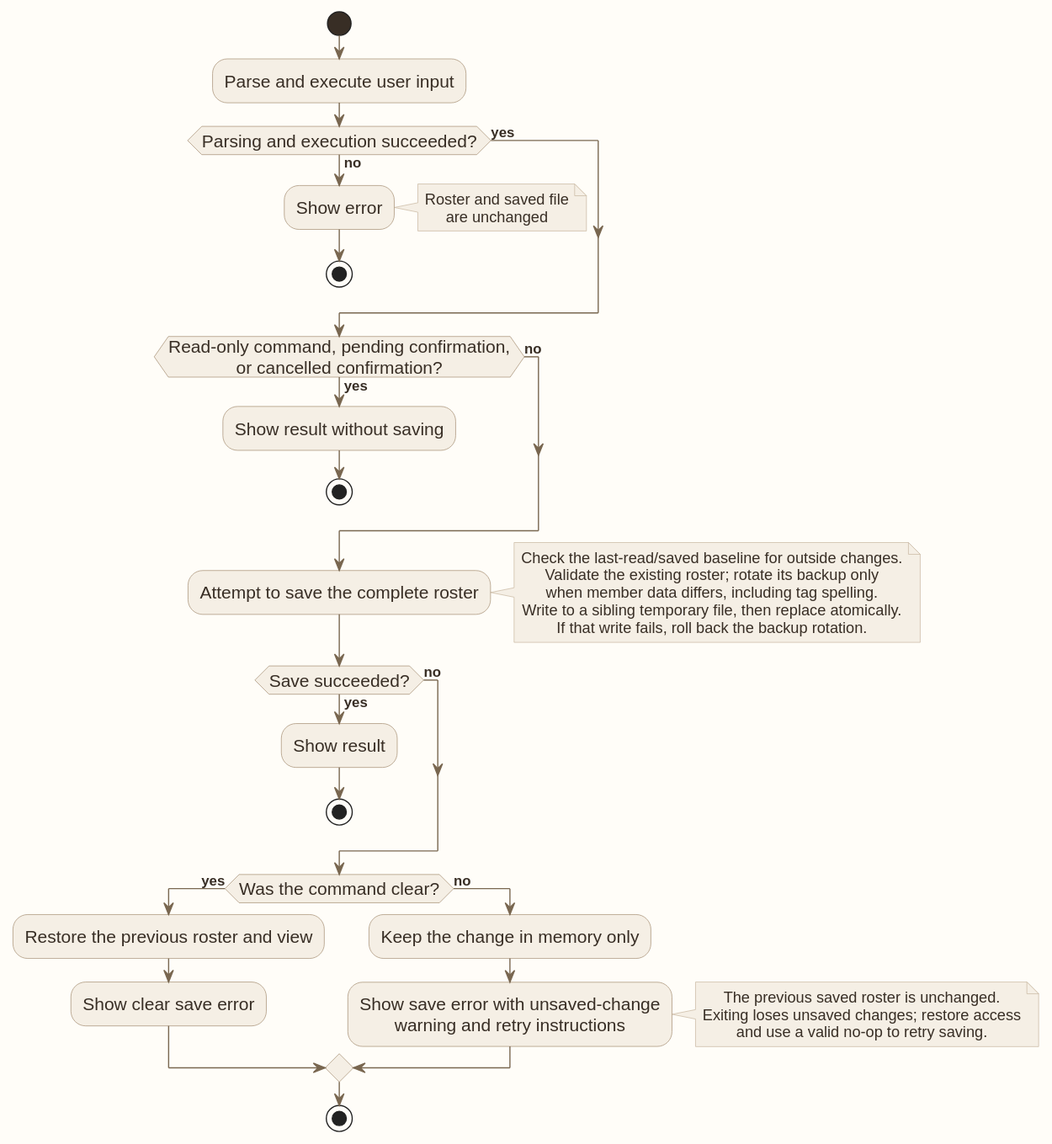
Earlier version of the PlantUML export docs/images/AutomaticSavingData.svg (AY2627S1-CS2103T-W12-1/tp).
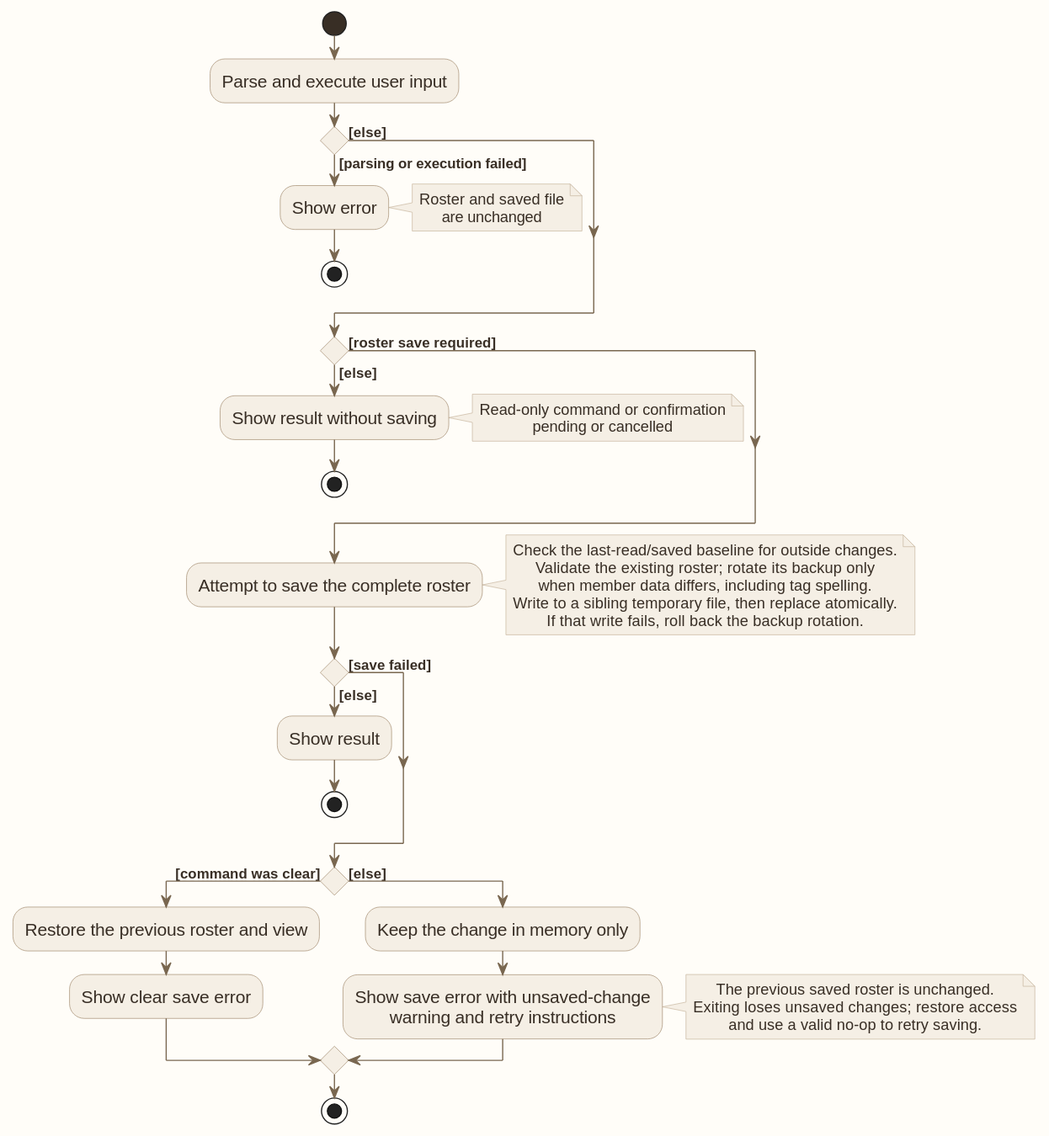
Later version of the same file.

Commit message:
Correct the saving activity diagram guards

Show decision conditions on outgoing paths so readers can identify
each branch using standard UML notation.

Diff of the diagram source:
```diff
@@ -11,17 +11,18 @@
 
 start
 :Parse and execute user input;
-if (Parsing and execution succeeded?) then (no)
+if () then ([parsing or execution failed])
     :Show error;
     note right: Roster and saved file\nare unchanged
     stop
-else (yes)
+else ([else])
 endif
 
-if (Read-only command, pending confirmation,\nor cancelled confirmation?) then (yes)
+if () then ([else])
     :Show result without saving;
+    note right: Read-only command or confirmation\npending or cancelled
     stop
-else (no)
+else ([roster save required])
 endif
 
 :Attempt to save the complete roster;
@@ -32,16 +33,16 @@
 Write to a sibling temporary file, then replace atomically.
 If that write fails, roll back the backup rotation.
 end note
-if (Save succeeded?) then (yes)
+if () then ([else])
     :Show result;
     stop
-else (no)
+else ([save failed])
 endif
 
-if (Was the command clear?) then (yes)
+if () then ([command was clear])
     :Restore the previous roster and view;
     :Show clear save error;
-else (no)
+else ([else])
     :Keep the change in memory only;
     :Show save error with unsaved-change
 warning and retry instructions;
```
